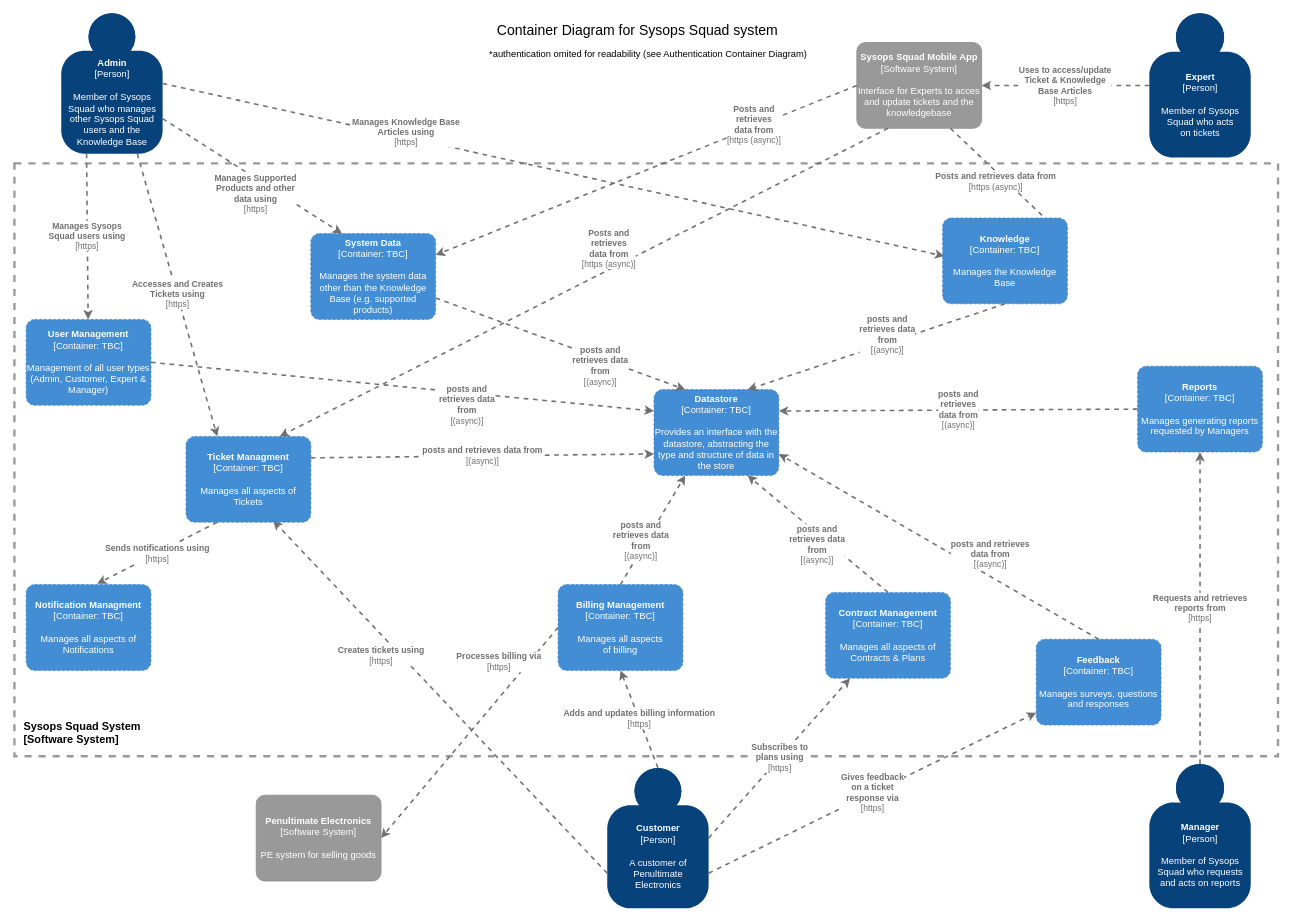
Above: 3.ViewsAndPerspectives/infrastructure/images/ContainerDiagram.drawio in tekiegirl/TheMadKatas (draw.io), before the change. Source tidied: cells renumbered, new cells numbered last; positions are measured from the earlier drawing's top-left corner, leaving out a move shared by most shapes. Both pictures are drawn from the tidied source at 78%, with x=0, y=0 at pixel (14, 13).
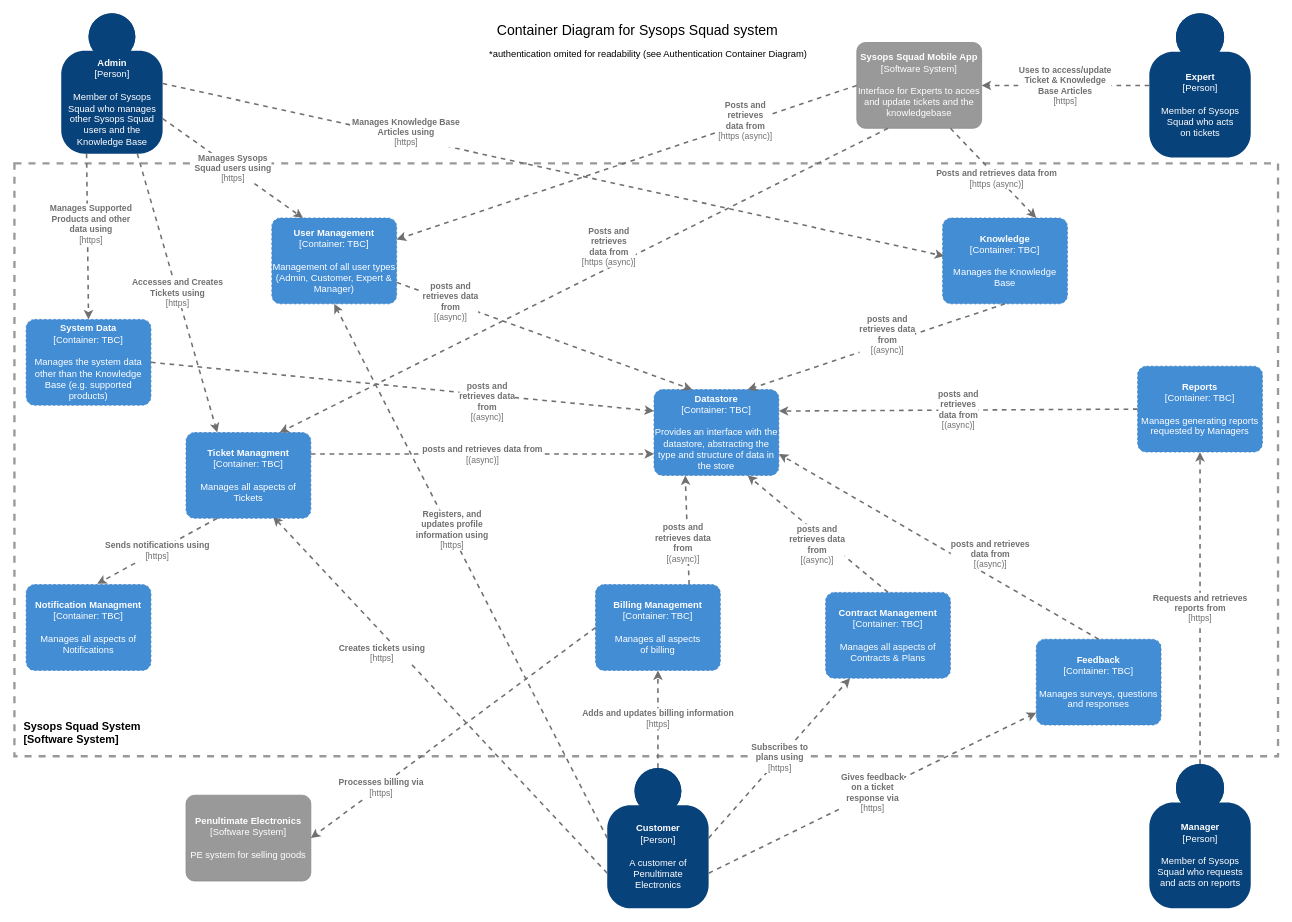
After the change.

Commit message (it also covers changes not shown here):
Update container diagram

Correct arrow from expert app to user management, add arrow to user management from customer, rearrange diagram to be more readable

The change refers to these unchanged cells:
```xml
<object id="3" label="&lt;b&gt;%c4Name%&lt;/b&gt;&lt;div&gt;[%c4Type%]&lt;/div&gt;&lt;br&gt;&lt;div&gt;%c4Description%&lt;/div&gt;" c4Description="A customer of &#10;Penultimate &#10;Electronics" c4Name="Customer" c4Type="Person" placeholders="1">
  <mxCell style="html=1;dashed=0;whitespace=wrap;fillColor=#08427b;strokeColor=none;fontColor=#ffffff;shape=mxgraph.c4.person;align=center;points=[[0.5,0,0],[1,0.5,0],[1,0.75,0],[0.75,1,0],[0.5,1,0],[0.25,1,0],[0,0.75,0],[0,0.5,0]];metaData={&quot;c4Type&quot;:{&quot;editable&quot;:false}};" parent="1" vertex="1">
    <mxGeometry x="760" y="967" width="130" height="180" as="geometry" />
  </mxCell>
</object>
<object id="4" label="&lt;b&gt;%c4Name%&lt;/b&gt;&lt;div&gt;[%c4Type%]&lt;/div&gt;&lt;br&gt;&lt;div&gt;%c4Description%&lt;/div&gt;" c4Description="Interface for Experts to acces and update tickets and the knowledgebase" c4Name="Sysops Squad Mobile App" c4Type="Software System" placeholders="1">
  <mxCell style="rounded=1;whiteSpace=wrap;html=1;labelBackgroundColor=none;fillColor=#999999;fontColor=#ffffff;align=center;arcSize=10;strokeColor=#8A8A8A;metaData={&quot;c4Type&quot;:{&quot;editable&quot;:false}};points=[[0.25,0,0],[0.5,0,0],[0.75,0,0],[1,0.25,0],[1,0.5,0],[1,0.75,0],[0.75,1,0],[0.5,1,0],[0.25,1,0],[0,0.75,0],[0,0.5,0],[0,0.25,0]];" parent="1" vertex="1">
    <mxGeometry x="1080" y="37" width="160" height="110" as="geometry" />
  </mxCell>
</object>
<object id="6" label="&lt;b&gt;%c4Name%&lt;/b&gt;&lt;div&gt;[%c4Type%]&lt;/div&gt;&lt;br&gt;&lt;div&gt;%c4Description%&lt;/div&gt;" c4Description="Member of Sysops &#10;Squad who manages &#10;other Sysops Squad &#10;users and the &#10;Knowledge Base" c4Name="Admin" c4Type="Person" placeholders="1">
  <mxCell style="html=1;dashed=0;whitespace=wrap;fillColor=#08427b;strokeColor=none;fontColor=#ffffff;shape=mxgraph.c4.person;align=center;points=[[0.5,0,0],[1,0.5,0],[1,0.75,0],[0.75,1,0],[0.5,1,0],[0.25,1,0],[0,0.75,0],[0,0.5,0]];metaData={&quot;c4Type&quot;:{&quot;editable&quot;:false}};" parent="1" vertex="1">
    <mxGeometry x="60" y="-0.5" width="130" height="180" as="geometry" />
  </mxCell>
</object>
<object id="22" label="&lt;b&gt;%c4Name%&lt;/b&gt;&lt;div&gt;[%c4Type%: %c4Technology%]&lt;/div&gt;&lt;br&gt;&lt;div&gt;%c4Description%&lt;/div&gt;" c4Description="Manages the Knowledge Base" c4Name="Knowledge" c4Technology="TBC" c4Type="Container" placeholders="1">
  <mxCell style="rounded=1;whiteSpace=wrap;html=1;labelBackgroundColor=none;fillColor=#438DD5;fontColor=#ffffff;align=center;arcSize=10;strokeColor=#3C7FC0;metaData={&quot;c4Type&quot;:{&quot;editable&quot;:false}};points=[[0.25,0,0],[0.5,0,0],[0.75,0,0],[1,0.25,0],[1,0.5,0],[1,0.75,0],[0.75,1,0],[0.5,1,0],[0.25,1,0],[0,0.75,0],[0,0.5,0],[0,0.25,0]];dashed=1;" parent="1" vertex="1">
    <mxGeometry x="1190" y="262" width="160" height="110" as="geometry" />
  </mxCell>
</object>
<object id="26" label="&lt;b&gt;%c4Name%&lt;/b&gt;&lt;div&gt;[%c4Type%: %c4Technology%]&lt;/div&gt;&lt;br&gt;&lt;div&gt;%c4Description%&lt;/div&gt;" c4Description="Provides an interface with the datastore, abstracting the type and structure of data in the store" c4Name="Datastore" c4Technology="TBC" c4Type="Container" placeholders="1">
  <mxCell style="rounded=1;whiteSpace=wrap;html=1;labelBackgroundColor=none;fillColor=#438DD5;fontColor=#ffffff;align=center;arcSize=10;strokeColor=#3C7FC0;metaData={&quot;c4Type&quot;:{&quot;editable&quot;:false}};points=[[0.25,0,0],[0.5,0,0],[0.75,0,0],[1,0.25,0],[1,0.5,0],[1,0.75,0],[0.75,1,0],[0.5,1,0],[0.25,1,0],[0,0.75,0],[0,0.5,0],[0,0.25,0]];dashed=1;" parent="1" vertex="1">
    <mxGeometry x="820" y="482" width="160" height="110" as="geometry" />
  </mxCell>
</object>
```

The edit, as a diff of the source:
```diff
@@
     <object id="7" label="&lt;div style=&quot;text-align: left&quot;&gt;&lt;div style=&quot;text-align: center&quot;&gt;&lt;b&gt;%c4Description%&lt;/b&gt;&lt;/div&gt;&lt;div style=&quot;text-align: center&quot;&gt;[%c4Technology%]&lt;/div&gt;&lt;/div&gt;" c4Description="Posts and retrieves data from" c4Technology="https (async)" placeholders="1">
-      <mxCell style="edgeStyle=none;rounded=0;html=1;jettySize=auto;strokeColor=#707070;strokeWidth=2;fontColor=#707070;jumpStyle=none;dashed=1;metaData={&quot;c4Type&quot;:{&quot;editable&quot;:false}};exitX=0.75;exitY=1;exitDx=0;exitDy=0;exitPerimeter=0;entryX=1;entryY=0.25;entryDx=0;entryDy=0;entryPerimeter=0;" parent="1" edge="1" source="4" target="22">
-        <mxGeometry x="-0.14" y="-9" relative="1" as="geometry" />
+      <mxCell style="edgeStyle=none;rounded=0;html=1;jettySize=auto;strokeColor=#707070;strokeWidth=2;fontColor=#707070;jumpStyle=none;dashed=1;metaData={&quot;c4Type&quot;:{&quot;editable&quot;:false}};exitX=0.75;exitY=1;exitDx=0;exitDy=0;exitPerimeter=0;entryX=0.75;entryY=0;entryDx=0;entryDy=0;entryPerimeter=0;" parent="1" edge="1" source="4" target="22">
+        <mxGeometry x="0.11" y="-2" relative="1" as="geometry" />
       </mxCell>
     </object>
@@
     <object id="10" label="&lt;div style=&quot;text-align: left&quot;&gt;&lt;div style=&quot;text-align: center&quot;&gt;&lt;b&gt;%c4Description%&lt;/b&gt;&lt;/div&gt;&lt;div style=&quot;text-align: center&quot;&gt;[%c4Technology%]&lt;/div&gt;&lt;/div&gt;" c4Description="Manages Sysops &#10;Squad users using" c4Technology="https" placeholders="1">
-      <mxCell style="edgeStyle=none;rounded=0;html=1;jettySize=auto;strokeColor=#707070;strokeWidth=2;fontColor=#707070;jumpStyle=none;dashed=1;metaData={&quot;c4Type&quot;:{&quot;editable&quot;:false}};exitX=0.25;exitY=1;exitDx=0;exitDy=0;exitPerimeter=0;" parent="1" edge="1" source="6" target="21">
+      <mxCell style="edgeStyle=none;rounded=0;html=1;jettySize=auto;strokeColor=#707070;strokeWidth=2;fontColor=#707070;jumpStyle=none;dashed=1;metaData={&quot;c4Type&quot;:{&quot;editable&quot;:false}};exitX=1;exitY=0.75;exitDx=0;exitDy=0;exitPerimeter=0;entryX=0.25;entryY=0;entryDx=0;entryDy=0;entryPerimeter=0;" parent="1" edge="1" source="6" target="21">
         <mxGeometry relative="1" as="geometry" />
       </mxCell>
     </object>
@@
     <object id="19" label="&lt;b&gt;%c4Name%&lt;/b&gt;&lt;div&gt;[%c4Type%: %c4Technology%]&lt;/div&gt;&lt;br&gt;&lt;div&gt;%c4Description%&lt;/div&gt;" c4Description="Manages all aspects &#10;of billing" c4Name="Billing Management" c4Technology="TBC" c4Type="Container" placeholders="1">
       <mxCell style="rounded=1;whiteSpace=wrap;html=1;labelBackgroundColor=none;fillColor=#438DD5;fontColor=#ffffff;align=center;arcSize=10;strokeColor=#3C7FC0;metaData={&quot;c4Type&quot;:{&quot;editable&quot;:false}};points=[[0.25,0,0],[0.5,0,0],[0.75,0,0],[1,0.25,0],[1,0.5,0],[1,0.75,0],[0.75,1,0],[0.5,1,0],[0.25,1,0],[0,0.75,0],[0,0.5,0],[0,0.25,0]];dashed=1;" parent="1" vertex="1">
-        <mxGeometry x="697" y="732" width="160" height="110" as="geometry" />
+        <mxGeometry x="745" y="732" width="160" height="110" as="geometry" />
       </mxCell>
     </object>
     <object id="20" label="&lt;b&gt;%c4Name%&lt;/b&gt;&lt;div&gt;[%c4Type%: %c4Technology%]&lt;/div&gt;&lt;br&gt;&lt;div&gt;%c4Description%&lt;/div&gt;" c4Description="Manages all aspects of Tickets" c4Name="Ticket Managment" c4Technology="TBC" c4Type="Container" placeholders="1">
       <mxCell style="rounded=1;whiteSpace=wrap;html=1;labelBackgroundColor=none;fillColor=#438DD5;fontColor=#ffffff;align=center;arcSize=10;strokeColor=#3C7FC0;metaData={&quot;c4Type&quot;:{&quot;editable&quot;:false}};points=[[0.25,0,0],[0.5,0,0],[0.75,0,0],[1,0.25,0],[1,0.5,0],[1,0.75,0],[0.75,1,0],[0.5,1,0],[0.25,1,0],[0,0.75,0],[0,0.5,0],[0,0.25,0]];dashed=1;" parent="1" vertex="1">
-        <mxGeometry x="220" y="542" width="160" height="110" as="geometry" />
+        <mxGeometry x="220" y="537" width="160" height="110" as="geometry" />
       </mxCell>
     </object>
     <object id="21" label="&lt;b&gt;%c4Name%&lt;/b&gt;&lt;div&gt;[%c4Type%: %c4Technology%]&lt;/div&gt;&lt;br&gt;&lt;div&gt;%c4Description%&lt;/div&gt;" c4Description="Management of all user types (Admin, Customer, Expert &amp; Manager)" c4Name="User Management" c4Technology="TBC" c4Type="Container" placeholders="1">
       <mxCell style="rounded=1;whiteSpace=wrap;html=1;labelBackgroundColor=none;fillColor=#438DD5;fontColor=#ffffff;align=center;arcSize=10;strokeColor=#3C7FC0;metaData={&quot;c4Type&quot;:{&quot;editable&quot;:false}};points=[[0.25,0,0],[0.5,0,0],[0.75,0,0],[1,0.25,0],[1,0.5,0],[1,0.75,0],[0.75,1,0],[0.5,1,0],[0.25,1,0],[0,0.75,0],[0,0.5,0],[0,0.25,0]];dashed=1;" parent="1" vertex="1">
-        <mxGeometry x="15" y="392" width="160" height="110" as="geometry" />
+        <mxGeometry x="330" y="262" width="160" height="110" as="geometry" />
       </mxCell>
     </object>
@@
     <object id="24" label="&lt;b&gt;%c4Name%&lt;/b&gt;&lt;div&gt;[%c4Type%: %c4Technology%]&lt;/div&gt;&lt;br&gt;&lt;div&gt;%c4Description%&lt;/div&gt;" c4Description="Manages the system data other than the Knowledge Base (e.g. supported products)" c4Name="System Data" c4Technology="TBC" c4Type="Container" placeholders="1">
       <mxCell style="rounded=1;whiteSpace=wrap;html=1;labelBackgroundColor=none;fillColor=#438DD5;fontColor=#ffffff;align=center;arcSize=10;strokeColor=#3C7FC0;metaData={&quot;c4Type&quot;:{&quot;editable&quot;:false}};points=[[0.25,0,0],[0.5,0,0],[0.75,0,0],[1,0.25,0],[1,0.5,0],[1,0.75,0],[0.75,1,0],[0.5,1,0],[0.25,1,0],[0,0.75,0],[0,0.5,0],[0,0.25,0]];dashed=1;" parent="1" vertex="1">
-        <mxGeometry x="380" y="282" width="160" height="110" as="geometry" />
+        <mxGeometry x="15" y="392" width="160" height="110" as="geometry" />
       </mxCell>
     </object>
     <object id="25" label="&lt;div style=&quot;text-align: left&quot;&gt;&lt;div style=&quot;text-align: center&quot;&gt;&lt;b&gt;%c4Description%&lt;/b&gt;&lt;/div&gt;&lt;div style=&quot;text-align: center&quot;&gt;[%c4Technology%]&lt;/div&gt;&lt;/div&gt;" c4Description="Manages Supported &#10;Products and other &#10;data using" c4Technology="https" placeholders="1">
-      <mxCell style="edgeStyle=none;rounded=0;html=1;jettySize=auto;strokeColor=#707070;strokeWidth=2;fontColor=#707070;jumpStyle=none;dashed=1;metaData={&quot;c4Type&quot;:{&quot;editable&quot;:false}};exitX=1;exitY=0.75;exitDx=0;exitDy=0;exitPerimeter=0;entryX=0.25;entryY=0;entryDx=0;entryDy=0;entryPerimeter=0;" parent="1" edge="1" source="6" target="24">
-        <mxGeometry x="0.12" y="-17" relative="1" as="geometry">
-          <mxPoint x="-1" as="offset" />
-        </mxGeometry>
+      <mxCell style="edgeStyle=none;rounded=0;html=1;jettySize=auto;strokeColor=#707070;strokeWidth=2;fontColor=#707070;jumpStyle=none;dashed=1;metaData={&quot;c4Type&quot;:{&quot;editable&quot;:false}};entryX=0.5;entryY=0;entryDx=0;entryDy=0;entryPerimeter=0;exitX=0.25;exitY=1;exitDx=0;exitDy=0;exitPerimeter=0;" parent="1" edge="1" source="6" target="24">
+        <mxGeometry x="-0.14" y="4" relative="1" as="geometry" />
       </mxCell>
     </object>
@@
     <object id="32" label="&lt;div style=&quot;text-align: left&quot;&gt;&lt;div style=&quot;text-align: center&quot;&gt;&lt;b&gt;%c4Description%&lt;/b&gt;&lt;/div&gt;&lt;div style=&quot;text-align: center&quot;&gt;[%c4Technology%]&lt;/div&gt;&lt;/div&gt;" c4Description="posts and &#10;retrieves data &#10;from" c4Technology="(async)" placeholders="1">
-      <mxCell style="edgeStyle=none;rounded=0;html=1;entryX=0.25;entryY=1;jettySize=auto;strokeColor=#707070;strokeWidth=2;fontColor=#707070;jumpStyle=none;dashed=1;metaData={&quot;c4Type&quot;:{&quot;editable&quot;:false}};exitX=0.5;exitY=0;exitDx=0;exitDy=0;exitPerimeter=0;entryDx=0;entryDy=0;entryPerimeter=0;" parent="1" edge="1" source="19" target="26">
+      <mxCell style="edgeStyle=none;rounded=0;html=1;entryX=0.25;entryY=1;jettySize=auto;strokeColor=#707070;strokeWidth=2;fontColor=#707070;jumpStyle=none;dashed=1;metaData={&quot;c4Type&quot;:{&quot;editable&quot;:false}};exitX=0.75;exitY=0;exitDx=0;exitDy=0;exitPerimeter=0;entryDx=0;entryDy=0;entryPerimeter=0;" parent="1" edge="1" source="19" target="26">
         <mxGeometry x="-0.25" y="6" relative="1" as="geometry" />
       </mxCell>
     </object>
     <object id="33" label="&lt;div style=&quot;text-align: left&quot;&gt;&lt;div style=&quot;text-align: center&quot;&gt;&lt;b&gt;%c4Description%&lt;/b&gt;&lt;/div&gt;&lt;div style=&quot;text-align: center&quot;&gt;[%c4Technology%]&lt;/div&gt;&lt;/div&gt;" c4Description="posts and &#10;retrieves data &#10;from" c4Technology="(async)" placeholders="1">
-      <mxCell style="edgeStyle=none;rounded=0;html=1;entryX=0.25;entryY=0;jettySize=auto;strokeColor=#707070;strokeWidth=2;fontColor=#707070;jumpStyle=none;dashed=1;metaData={&quot;c4Type&quot;:{&quot;editable&quot;:false}};exitX=1;exitY=0.75;exitDx=0;exitDy=0;exitPerimeter=0;entryDx=0;entryDy=0;entryPerimeter=0;" parent="1" edge="1" source="24" target="26">
+      <mxCell style="edgeStyle=none;rounded=0;html=1;jettySize=auto;strokeColor=#707070;strokeWidth=2;fontColor=#707070;jumpStyle=none;dashed=1;metaData={&quot;c4Type&quot;:{&quot;editable&quot;:false}};exitX=1;exitY=0.5;exitDx=0;exitDy=0;exitPerimeter=0;entryX=0;entryY=0.25;entryDx=0;entryDy=0;entryPerimeter=0;" parent="1" edge="1" source="24" target="26">
         <mxGeometry x="0.34" y="-9" relative="1" as="geometry" />
       </mxCell>
     </object>
@@
     <object id="35" label="&lt;div style=&quot;text-align: left&quot;&gt;&lt;div style=&quot;text-align: center&quot;&gt;&lt;b&gt;%c4Description%&lt;/b&gt;&lt;/div&gt;&lt;div style=&quot;text-align: center&quot;&gt;[%c4Technology%]&lt;/div&gt;&lt;/div&gt;" c4Description="posts and &#10;retrieves data &#10;from" c4Technology="(async)" placeholders="1">
-      <mxCell style="edgeStyle=none;rounded=0;html=1;entryX=0;entryY=0.25;jettySize=auto;strokeColor=#707070;strokeWidth=2;fontColor=#707070;jumpStyle=none;dashed=1;metaData={&quot;c4Type&quot;:{&quot;editable&quot;:false}};exitX=1;exitY=0.5;exitDx=0;exitDy=0;exitPerimeter=0;entryDx=0;entryDy=0;entryPerimeter=0;" parent="1" edge="1" source="21" target="26">
-        <mxGeometry x="0.26" y="-16" relative="1" as="geometry" />
+      <mxCell style="edgeStyle=none;rounded=0;html=1;entryX=0.306;entryY=0;jettySize=auto;strokeColor=#707070;strokeWidth=2;fontColor=#707070;jumpStyle=none;dashed=1;metaData={&quot;c4Type&quot;:{&quot;editable&quot;:false}};exitX=1;exitY=0.75;exitDx=0;exitDy=0;exitPerimeter=0;entryDx=0;entryDy=0;entryPerimeter=0;" parent="1" edge="1" source="21" target="26">
+        <mxGeometry x="-0.64" relative="1" as="geometry" />
       </mxCell>
     </object>
@@
     <object id="37" label="&lt;b&gt;%c4Name%&lt;/b&gt;&lt;div&gt;[%c4Type%]&lt;/div&gt;&lt;br&gt;&lt;div&gt;%c4Description%&lt;/div&gt;" c4Description="PE system for selling goods" c4Name="Penultimate Electronics" c4Type="Software System" placeholders="1">
       <mxCell style="rounded=1;whiteSpace=wrap;html=1;labelBackgroundColor=none;fillColor=#999999;fontColor=#ffffff;align=center;arcSize=10;strokeColor=#8A8A8A;metaData={&quot;c4Type&quot;:{&quot;editable&quot;:false}};points=[[0.25,0,0],[0.5,0,0],[0.75,0,0],[1,0.25,0],[1,0.5,0],[1,0.75,0],[0.75,1,0],[0.5,1,0],[0.25,1,0],[0,0.75,0],[0,0.5,0],[0,0.25,0]];" parent="1" vertex="1">
-        <mxGeometry x="310" y="1002" width="160" height="110" as="geometry" />
+        <mxGeometry x="220" y="1002" width="160" height="110" as="geometry" />
       </mxCell>
     </object>
@@
     <object id="41" label="&lt;div style=&quot;text-align: left&quot;&gt;&lt;div style=&quot;text-align: center&quot;&gt;&lt;b&gt;%c4Description%&lt;/b&gt;&lt;/div&gt;&lt;div style=&quot;text-align: center&quot;&gt;[%c4Technology%]&lt;/div&gt;&lt;/div&gt;" c4Description="Processes billing via" c4Technology="https" placeholders="1">
       <mxCell style="edgeStyle=none;rounded=0;html=1;jettySize=auto;strokeColor=#707070;strokeWidth=2;fontColor=#707070;jumpStyle=none;dashed=1;metaData={&quot;c4Type&quot;:{&quot;editable&quot;:false}};exitX=0;exitY=0.5;exitDx=0;exitDy=0;exitPerimeter=0;entryX=1;entryY=0.5;entryDx=0;entryDy=0;entryPerimeter=0;" parent="1" edge="1" source="19" target="37">
-        <mxGeometry x="-0.53" y="-31" relative="1" as="geometry">
-          <mxPoint x="1" as="offset" />
-        </mxGeometry>
+        <mxGeometry x="0.51" y="1" relative="1" as="geometry" />
       </mxCell>
     </object>
@@
     <object id="44" label="&lt;div style=&quot;text-align: left&quot;&gt;&lt;div style=&quot;text-align: center&quot;&gt;&lt;b&gt;%c4Description%&lt;/b&gt;&lt;/div&gt;&lt;div style=&quot;text-align: center&quot;&gt;[%c4Technology%]&lt;/div&gt;&lt;/div&gt;" c4Description="Posts and &#10;retrieves &#10;data from" c4Technology="https (async)" placeholders="1">
-      <mxCell style="edgeStyle=none;rounded=0;html=1;jettySize=auto;strokeColor=#707070;strokeWidth=2;fontColor=#707070;jumpStyle=none;dashed=1;metaData={&quot;c4Type&quot;:{&quot;editable&quot;:false}};exitX=0;exitY=0.5;exitDx=0;exitDy=0;exitPerimeter=0;entryX=1;entryY=0.25;entryDx=0;entryDy=0;entryPerimeter=0;" parent="1" edge="1" source="4" target="24">
+      <mxCell style="edgeStyle=none;rounded=0;html=1;jettySize=auto;strokeColor=#707070;strokeWidth=2;fontColor=#707070;jumpStyle=none;dashed=1;metaData={&quot;c4Type&quot;:{&quot;editable&quot;:false}};exitX=0;exitY=0.5;exitDx=0;exitDy=0;exitPerimeter=0;entryX=1;entryY=0.25;entryDx=0;entryDy=0;entryPerimeter=0;" parent="1" edge="1" source="4" target="21">
         <mxGeometry x="-0.52" y="-2" relative="1" as="geometry">
           <mxPoint x="-1" as="offset" />
         </mxGeometry>
       </mxCell>
     </object>
+    <object id="45" label="&lt;div style=&quot;text-align: left&quot;&gt;&lt;div style=&quot;text-align: center&quot;&gt;&lt;b&gt;%c4Description%&lt;/b&gt;&lt;/div&gt;&lt;div style=&quot;text-align: center&quot;&gt;[%c4Technology%]&lt;/div&gt;&lt;/div&gt;" c4Description="Registers, and &#10;updates profile &#10;information using" c4Technology="https" placeholders="1">
+      <mxCell style="edgeStyle=none;rounded=0;html=1;jettySize=auto;strokeColor=#707070;strokeWidth=2;fontColor=#707070;jumpStyle=none;dashed=1;metaData={&quot;c4Type&quot;:{&quot;editable&quot;:false}};exitX=0;exitY=0.5;exitDx=0;exitDy=0;exitPerimeter=0;entryX=0.5;entryY=1;entryDx=0;entryDy=0;entryPerimeter=0;" parent="1" edge="1" source="3" target="21">
+        <mxGeometry x="0.15" y="-2" relative="1" as="geometry" />
+      </mxCell>
+    </object>
```
